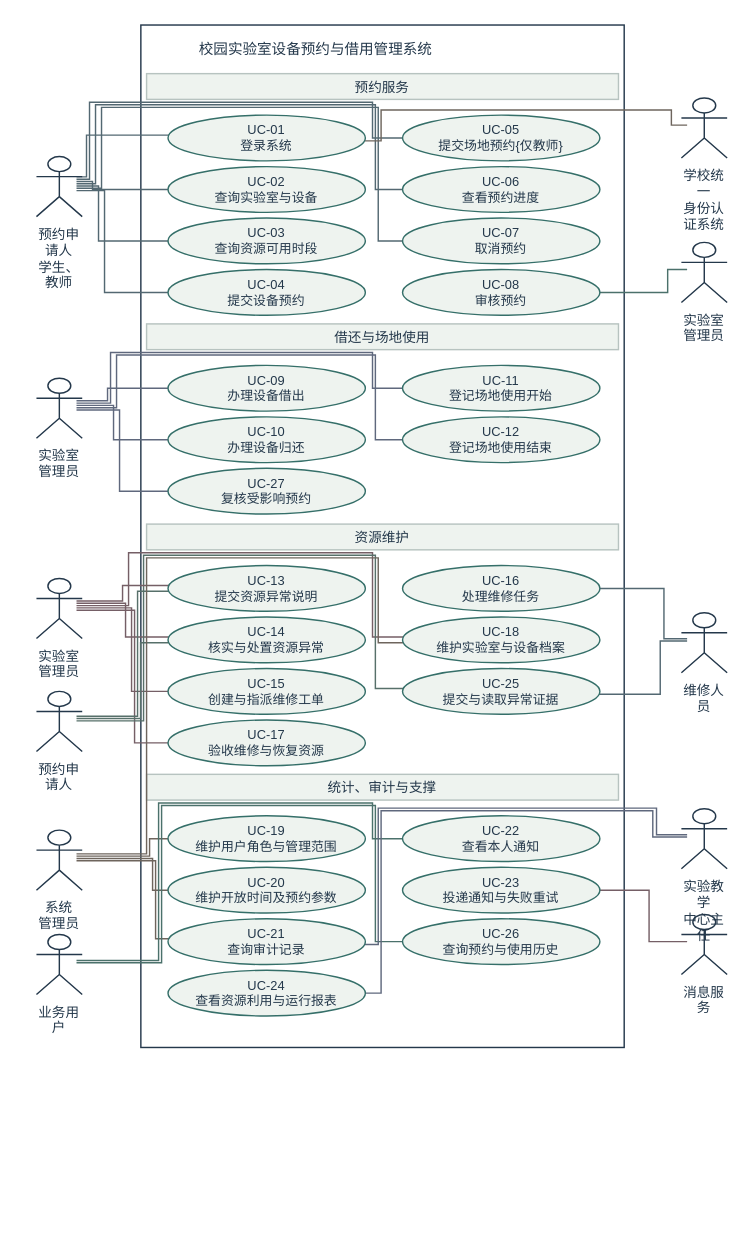
This is models/图形源文件/图4-1-系统总用例图.drawio from yvming67-gif/campus-lab-equipment-manager, a draw.io file, before an edit. Source tidied: cells renumbered, new cells numbered last; positions are measured from the earlier drawing's top-left corner, leaving out a move shared by most shapes. Both pictures are drawn from the tidied source at 143%, with x=0, y=0 at pixel (36, 24).
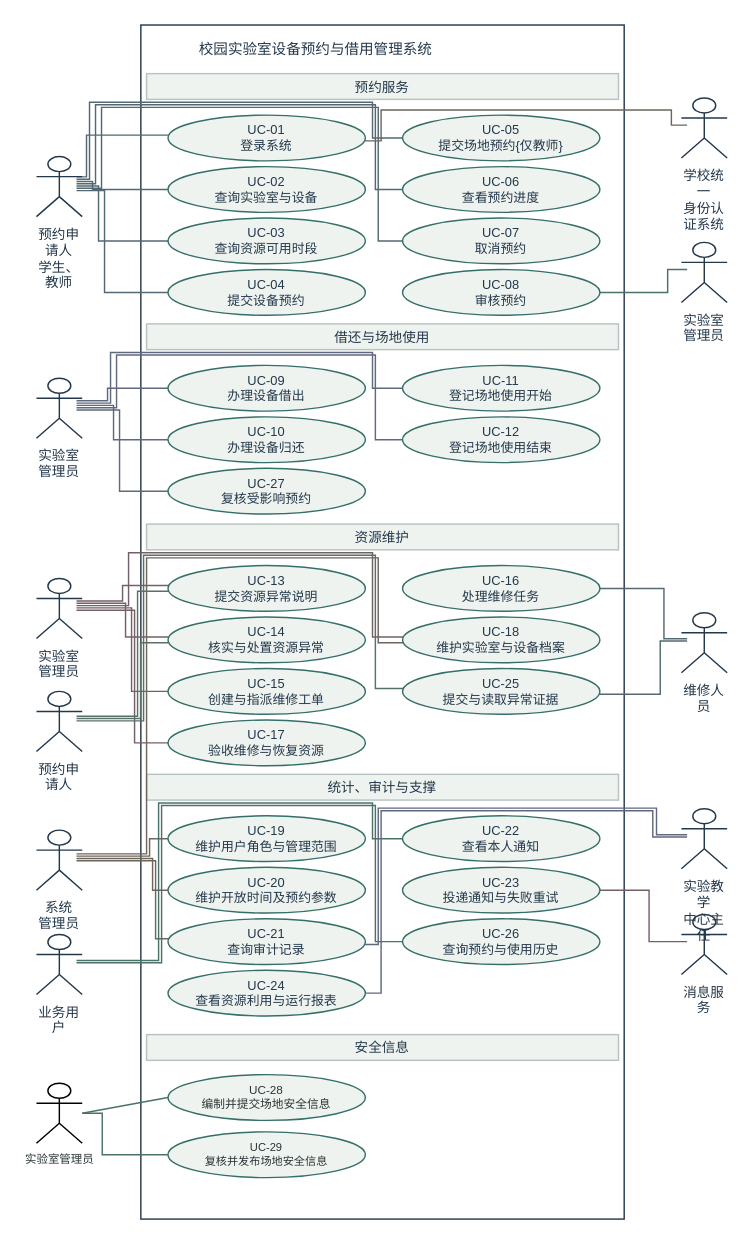
The same page after the edit.

What changed in the source:
```diff
@@
     <mxCell id="2" style="rounded=0;strokeColor=#24384b;fillColor=none;whiteSpace=wrap;html=1;fontFamily=Microsoft YaHei;fontSize=10;fontColor=#24384b;" parent="1" vertex="1">
-      <mxGeometry x="73" width="338" height="715" as="geometry" />
+      <mxGeometry x="73" width="338" height="835" as="geometry" />
     </mxCell>
@@
+    <mxCell id="79" value="安全信息" style="rounded=0;strokeColor=#b7c3c0;fillColor=#eef3ef;whiteSpace=wrap;html=1;fontFamily=Microsoft YaHei;fontSize=9.5;fontColor=#24384b;" parent="1" vertex="1">
+      <mxGeometry x="77" y="706" width="330" height="18" as="geometry" />
+    </mxCell>
+    <mxCell id="80" value="UC-28&lt;br&gt;编制并提交场地安全信息" style="ellipse;strokeColor=#356f69;fillColor=#eef3ef;whiteSpace=wrap;html=1;fontFamily=Microsoft YaHei;fontSize=8.2;fontColor=#2a3436;" parent="1" vertex="1">
+      <mxGeometry x="92" y="734" width="138" height="32" as="geometry" />
+    </mxCell>
+    <mxCell id="81" value="UC-29&lt;br&gt;复核并发布场地安全信息" style="ellipse;strokeColor=#356f69;fillColor=#eef3ef;whiteSpace=wrap;html=1;fontFamily=Microsoft YaHei;fontSize=7.8;fontColor=#2a3436;" parent="1" vertex="1">
+      <mxGeometry x="92" y="774" width="138" height="32" as="geometry" />
+    </mxCell>
+    <mxCell id="82" value="实验室管理员" style="shape=umlActor;verticalLabelPosition=bottom;verticalAlign=top;html=1;outlineConnect=0;fontFamily=Microsoft YaHei;fontSize=8;fontColor=#2a3436;" parent="1" vertex="1">
+      <mxGeometry y="740" width="32" height="42" as="geometry" />
+    </mxCell>
+    <mxCell id="83" style="edgeStyle=none;rounded=0;endArrow=none;dashed=0;strokeColor=#4b716b;exitX=1;exitY=0.5;entryX=0;entryY=0.5;" parent="1" edge="1" source="82" target="80">
+      <mxGeometry relative="1" as="geometry" />
+    </mxCell>
+    <mxCell id="84" style="edgeStyle=none;rounded=0;endArrow=none;dashed=0;strokeColor=#4b716b;exitX=1;exitY=0.5;entryX=0;entryY=0.5;edgeStyle=orthogonalEdgeStyle;rounded=0;jettySize=auto;" parent="1" edge="1" source="82" target="81">
+      <mxGeometry relative="1" as="geometry">
+        <Array as="points">
+          <mxPoint x="46" y="790" />
+        </Array>
+      </mxGeometry>
+    </mxCell>
```
